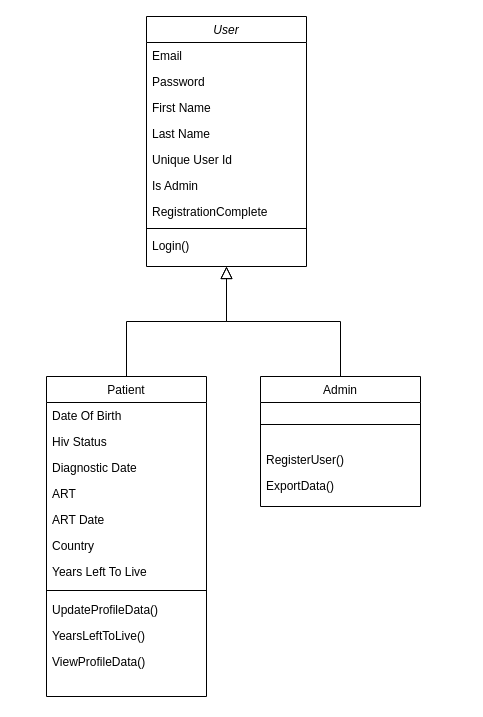
ronn13/CmuSipGahinga1 keeps this draw.io diagram as Assignment_Class_Diagram.drawio. Above is the earlier version. Source tidied: cells renumbered, new cells numbered last; positions are measured from the earlier drawing's top-left corner, leaving out a move shared by most shapes. Both pictures are drawn from the tidied source at 100%, with x=0, y=0 at pixel (46, 16).
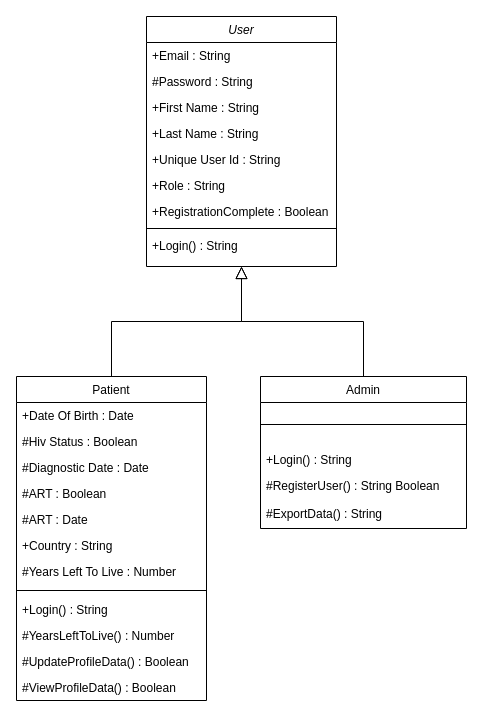
Above is the later version.

Commit message:
Class diagram updated

Diff of the diagram source:
```diff
@@
     <mxCell id="2" value="User" style="swimlane;fontStyle=2;align=center;verticalAlign=top;horizontal=1;startSize=26;rounded=0;shadow=0;strokeWidth=1;" parent="1" vertex="1">
-      <mxGeometry x="100" width="160" height="250" as="geometry" />
+      <mxGeometry x="100" width="190" height="250" as="geometry" />
     </mxCell>
-    <mxCell id="3" value="Email" style="text;align=left;verticalAlign=top;spacingLeft=4;spacingRight=4;overflow=hidden;" parent="2" vertex="1">
-      <mxGeometry y="26" width="160" height="26" as="geometry" />
+    <mxCell id="3" value="+Email : String" style="text;align=left;verticalAlign=top;spacingLeft=4;spacingRight=4;overflow=hidden;" parent="2" vertex="1">
+      <mxGeometry y="26" width="190" height="26" as="geometry" />
     </mxCell>
-    <mxCell id="4" value="Password" style="text;align=left;verticalAlign=top;spacingLeft=4;spacingRight=4;overflow=hidden;rounded=0;shadow=0;html=0;" parent="2" vertex="1">
-      <mxGeometry y="52" width="160" height="26" as="geometry" />
+    <mxCell id="4" value="#Password : String" style="text;align=left;verticalAlign=top;spacingLeft=4;spacingRight=4;overflow=hidden;rounded=0;shadow=0;html=0;" parent="2" vertex="1">
+      <mxGeometry y="52" width="190" height="26" as="geometry" />
     </mxCell>
-    <mxCell id="5" value="First Name" style="text;align=left;verticalAlign=top;spacingLeft=4;spacingRight=4;overflow=hidden;rounded=0;shadow=0;html=0;" parent="2" vertex="1">
-      <mxGeometry y="78" width="160" height="26" as="geometry" />
+    <mxCell id="5" value="+First Name : String" style="text;align=left;verticalAlign=top;spacingLeft=4;spacingRight=4;overflow=hidden;rounded=0;shadow=0;html=0;" parent="2" vertex="1">
+      <mxGeometry y="78" width="190" height="26" as="geometry" />
     </mxCell>
-    <mxCell id="6" value="Last Name" style="text;align=left;verticalAlign=top;spacingLeft=4;spacingRight=4;overflow=hidden;rounded=0;shadow=0;html=0;" parent="2" vertex="1">
-      <mxGeometry y="104" width="160" height="26" as="geometry" />
+    <mxCell id="6" value="+Last Name : String" style="text;align=left;verticalAlign=top;spacingLeft=4;spacingRight=4;overflow=hidden;rounded=0;shadow=0;html=0;" parent="2" vertex="1">
+      <mxGeometry y="104" width="190" height="26" as="geometry" />
     </mxCell>
-    <mxCell id="7" value="Unique User Id" style="text;align=left;verticalAlign=top;spacingLeft=4;spacingRight=4;overflow=hidden;rounded=0;shadow=0;html=0;" parent="2" vertex="1">
-      <mxGeometry y="130" width="160" height="26" as="geometry" />
+    <mxCell id="7" value="+Unique User Id : String" style="text;align=left;verticalAlign=top;spacingLeft=4;spacingRight=4;overflow=hidden;rounded=0;shadow=0;html=0;" parent="2" vertex="1">
+      <mxGeometry y="130" width="190" height="26" as="geometry" />
     </mxCell>
-    <mxCell id="8" value="Is Admin" style="text;align=left;verticalAlign=top;spacingLeft=4;spacingRight=4;overflow=hidden;rounded=0;shadow=0;html=0;" parent="2" vertex="1">
-      <mxGeometry y="156" width="160" height="26" as="geometry" />
+    <mxCell id="8" value="+Role : String" style="text;align=left;verticalAlign=top;spacingLeft=4;spacingRight=4;overflow=hidden;rounded=0;shadow=0;html=0;" parent="2" vertex="1">
+      <mxGeometry y="156" width="190" height="26" as="geometry" />
     </mxCell>
-    <mxCell id="9" value="RegistrationComplete" style="text;align=left;verticalAlign=top;spacingLeft=4;spacingRight=4;overflow=hidden;rounded=0;shadow=0;html=0;" parent="2" vertex="1">
-      <mxGeometry y="182" width="160" height="26" as="geometry" />
+    <mxCell id="9" value="+RegistrationComplete : Boolean" style="text;align=left;verticalAlign=top;spacingLeft=4;spacingRight=4;overflow=hidden;rounded=0;shadow=0;html=0;" parent="2" vertex="1">
+      <mxGeometry y="182" width="190" height="26" as="geometry" />
     </mxCell>
     <mxCell id="10" style="line;html=1;strokeWidth=1;align=left;verticalAlign=middle;spacingTop=-1;spacingLeft=3;spacingRight=3;labelPosition=right;" parent="2" vertex="1">
-      <mxGeometry y="208" width="160" height="8" as="geometry" />
+      <mxGeometry y="208" width="190" height="8" as="geometry" />
     </mxCell>
-    <mxCell id="11" value="Login()" style="text;align=left;verticalAlign=top;spacingLeft=4;spacingRight=4;overflow=hidden;rounded=0;shadow=0;html=0;" parent="2" vertex="1">
-      <mxGeometry y="216" width="160" height="26" as="geometry" />
+    <mxCell id="11" value="+Login() : String" style="text;align=left;verticalAlign=top;spacingLeft=4;spacingRight=4;overflow=hidden;rounded=0;shadow=0;html=0;" parent="2" vertex="1">
+      <mxGeometry y="216" width="190" height="26" as="geometry" />
     </mxCell>
     <mxCell id="12" value="Patient" style="swimlane;fontStyle=0;align=center;verticalAlign=top;horizontal=1;startSize=26;rounded=0;shadow=0;strokeWidth=1;" parent="1" vertex="1">
-      <mxGeometry y="360" width="160" height="320" as="geometry" />
+      <mxGeometry x="-30" y="360" width="190" height="324" as="geometry" />
     </mxCell>
-    <mxCell id="13" value="Date Of Birth" style="text;align=left;verticalAlign=top;spacingLeft=4;spacingRight=4;overflow=hidden;" parent="12" vertex="1">
-      <mxGeometry y="26" width="160" height="26" as="geometry" />
+    <mxCell id="13" value="+Date Of Birth : Date" style="text;align=left;verticalAlign=top;spacingLeft=4;spacingRight=4;overflow=hidden;" parent="12" vertex="1">
+      <mxGeometry y="26" width="190" height="26" as="geometry" />
     </mxCell>
-    <mxCell id="14" value="Hiv Status" style="text;align=left;verticalAlign=top;spacingLeft=4;spacingRight=4;overflow=hidden;rounded=0;shadow=0;html=0;" parent="12" vertex="1">
-      <mxGeometry y="52" width="160" height="26" as="geometry" />
+    <mxCell id="14" value="#Hiv Status : Boolean" style="text;align=left;verticalAlign=top;spacingLeft=4;spacingRight=4;overflow=hidden;rounded=0;shadow=0;html=0;" parent="12" vertex="1">
+      <mxGeometry y="52" width="190" height="26" as="geometry" />
     </mxCell>
-    <mxCell id="15" value="Diagnostic Date" style="text;align=left;verticalAlign=top;spacingLeft=4;spacingRight=4;overflow=hidden;rounded=0;shadow=0;html=0;" parent="12" vertex="1">
-      <mxGeometry y="78" width="160" height="26" as="geometry" />
+    <mxCell id="15" value="#Diagnostic Date : Date" style="text;align=left;verticalAlign=top;spacingLeft=4;spacingRight=4;overflow=hidden;rounded=0;shadow=0;html=0;" parent="12" vertex="1">
+      <mxGeometry y="78" width="190" height="26" as="geometry" />
     </mxCell>
-    <mxCell id="16" value="ART" style="text;align=left;verticalAlign=top;spacingLeft=4;spacingRight=4;overflow=hidden;rounded=0;shadow=0;html=0;" parent="12" vertex="1">
-      <mxGeometry y="104" width="160" height="26" as="geometry" />
+    <mxCell id="16" value="#ART : Boolean" style="text;align=left;verticalAlign=top;spacingLeft=4;spacingRight=4;overflow=hidden;rounded=0;shadow=0;html=0;" parent="12" vertex="1">
+      <mxGeometry y="104" width="190" height="26" as="geometry" />
     </mxCell>
-    <mxCell id="17" value="ART Date" style="text;align=left;verticalAlign=top;spacingLeft=4;spacingRight=4;overflow=hidden;rounded=0;shadow=0;html=0;" parent="12" vertex="1">
-      <mxGeometry y="130" width="160" height="26" as="geometry" />
+    <mxCell id="17" value="#ART : Date" style="text;align=left;verticalAlign=top;spacingLeft=4;spacingRight=4;overflow=hidden;rounded=0;shadow=0;html=0;" parent="12" vertex="1">
+      <mxGeometry y="130" width="190" height="26" as="geometry" />
     </mxCell>
-    <mxCell id="18" value="Country" style="text;align=left;verticalAlign=top;spacingLeft=4;spacingRight=4;overflow=hidden;rounded=0;shadow=0;html=0;" parent="12" vertex="1">
-      <mxGeometry y="156" width="160" height="26" as="geometry" />
+    <mxCell id="18" value="+Country : String" style="text;align=left;verticalAlign=top;spacingLeft=4;spacingRight=4;overflow=hidden;rounded=0;shadow=0;html=0;" parent="12" vertex="1">
+      <mxGeometry y="156" width="190" height="26" as="geometry" />
     </mxCell>
-    <mxCell id="19" value="Years Left To Live" style="text;align=left;verticalAlign=top;spacingLeft=4;spacingRight=4;overflow=hidden;rounded=0;shadow=0;html=0;" parent="12" vertex="1">
-      <mxGeometry y="182" width="160" height="26" as="geometry" />
+    <mxCell id="19" value="#Years Left To Live : Number" style="text;align=left;verticalAlign=top;spacingLeft=4;spacingRight=4;overflow=hidden;rounded=0;shadow=0;html=0;" parent="12" vertex="1">
+      <mxGeometry y="182" width="190" height="26" as="geometry" />
     </mxCell>
     <mxCell id="20" style="line;html=1;strokeWidth=1;align=left;verticalAlign=middle;spacingTop=-1;spacingLeft=3;spacingRight=3;labelPosition=right;" parent="12" vertex="1">
-      <mxGeometry y="208" width="160" height="12" as="geometry" />
+      <mxGeometry y="208" width="190" height="12" as="geometry" />
     </mxCell>
+    <mxCell id="23" value="+Login() : String" style="text;align=left;verticalAlign=top;spacingLeft=4;spacingRight=4;overflow=hidden;rounded=0;shadow=0;html=0;" parent="12" vertex="1">
+      <mxGeometry y="220" width="190" height="26" as="geometry" />
+    </mxCell>
+    <mxCell id="22" value="#YearsLeftToLive() : Number" style="text;align=left;verticalAlign=top;spacingLeft=4;spacingRight=4;overflow=hidden;rounded=0;shadow=0;html=0;" parent="12" vertex="1">
+      <mxGeometry y="246" width="190" height="26" as="geometry" />
+    </mxCell>
-    <mxCell id="21" value="UpdateProfileData()" style="text;align=left;verticalAlign=top;spacingLeft=4;spacingRight=4;overflow=hidden;" parent="12" vertex="1">
-      <mxGeometry y="220" width="160" height="26" as="geometry" />
+    <mxCell id="21" value="#UpdateProfileData() : Boolean" style="text;align=left;verticalAlign=top;spacingLeft=4;spacingRight=4;overflow=hidden;" parent="12" vertex="1">
+      <mxGeometry y="272" width="190" height="26" as="geometry" />
     </mxCell>
-    <mxCell id="22" value="YearsLeftToLive()" style="text;align=left;verticalAlign=top;spacingLeft=4;spacingRight=4;overflow=hidden;rounded=0;shadow=0;html=0;" parent="12" vertex="1">
-      <mxGeometry y="246" width="160" height="26" as="geometry" />
-    </mxCell>
-    <mxCell id="23" value="ViewProfileData()" style="text;align=left;verticalAlign=top;spacingLeft=4;spacingRight=4;overflow=hidden;rounded=0;shadow=0;html=0;" parent="12" vertex="1">
-      <mxGeometry y="272" width="160" height="26" as="geometry" />
-    </mxCell>
+    <mxCell id="30" value="#ViewProfileData() : Boolean" style="text;align=left;verticalAlign=top;spacingLeft=4;spacingRight=4;overflow=hidden;rounded=0;shadow=0;html=0;" parent="12" vertex="1">
+      <mxGeometry y="298" width="190" height="26" as="geometry" />
+    </mxCell>
@@
     <mxCell id="25" value="Admin" style="swimlane;fontStyle=0;align=center;verticalAlign=top;horizontal=1;startSize=26;rounded=0;shadow=0;strokeWidth=1;" parent="1" vertex="1">
-      <mxGeometry x="214" y="360" width="160" height="130" as="geometry" />
+      <mxGeometry x="214" y="360" width="206" height="152" as="geometry" />
     </mxCell>
     <mxCell id="26" style="line;html=1;strokeWidth=1;align=left;verticalAlign=middle;spacingTop=-1;spacingLeft=3;spacingRight=3;labelPosition=right;" parent="25" vertex="1">
-      <mxGeometry y="26" width="160" height="44" as="geometry" />
+      <mxGeometry y="26" width="206" height="44" as="geometry" />
     </mxCell>
-    <mxCell id="27" value="RegisterUser()" style="text;align=left;verticalAlign=top;spacingLeft=4;spacingRight=4;overflow=hidden;" parent="25" vertex="1">
-      <mxGeometry y="70" width="160" height="26" as="geometry" />
+    <mxCell id="27" value="+Login() : String" style="text;align=left;verticalAlign=top;spacingLeft=4;spacingRight=4;overflow=hidden;" parent="25" vertex="1">
+      <mxGeometry y="70" width="206" height="26" as="geometry" />
     </mxCell>
-    <mxCell id="28" value="ExportData()" style="text;align=left;verticalAlign=top;spacingLeft=4;spacingRight=4;overflow=hidden;" parent="25" vertex="1">
-      <mxGeometry y="96" width="160" height="28" as="geometry" />
+    <mxCell id="28" value="#RegisterUser() : String Boolean" style="text;align=left;verticalAlign=top;spacingLeft=4;spacingRight=4;overflow=hidden;" parent="25" vertex="1">
+      <mxGeometry y="96" width="206" height="28" as="geometry" />
     </mxCell>
+    <mxCell id="31" value="#ExportData() : String" style="text;align=left;verticalAlign=top;spacingLeft=4;spacingRight=4;overflow=hidden;" parent="25" vertex="1">
+      <mxGeometry y="124" width="206" height="28" as="geometry" />
+    </mxCell>
```
